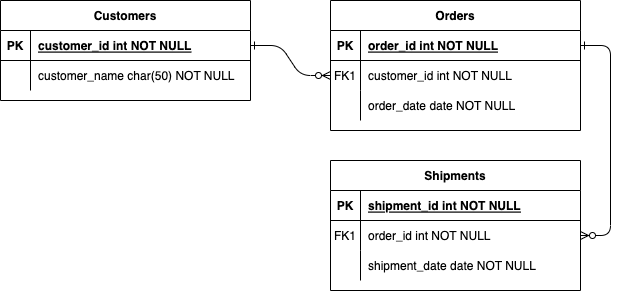
The draw.io diagram kakao_db_train_erd.png in kimtaehyun98/DrawIO, before a commit. Source tidied: cells renumbered, new cells last; positions are measured from the earlier drawing's top-left corner, leaving out a move shared by most shapes.
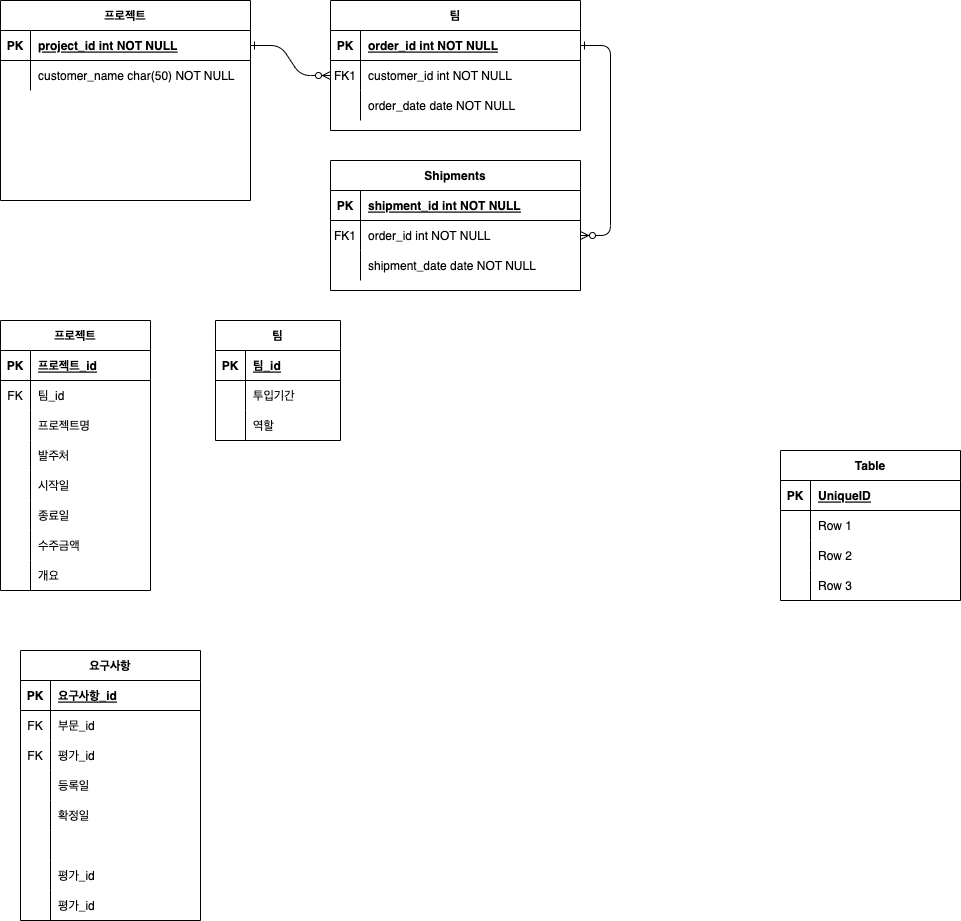
After the commit.

The edit, as a diff of the source:
```diff
@@ -8,7 +8,7 @@
     <mxCell id="3" style="edgeStyle=entityRelationEdgeStyle;endArrow=ERzeroToMany;startArrow=ERone;endFill=1;startFill=0;" parent="1" edge="1" source="5" target="18">
       <mxGeometry relative="1" as="geometry" />
     </mxCell>
-    <mxCell id="4" value="Orders" style="shape=table;startSize=30;rowLines=0;fontStyle=1;align=center;" parent="1" vertex="1">
+    <mxCell id="4" value="팀" style="shape=table;startSize=30;rowLines=0;fontStyle=1;align=center;" parent="1" vertex="1">
       <mxGeometry x="330" width="250" height="130" as="geometry" />
     </mxCell>
     <mxCell id="5" style="shape=partialRectangle;fillColor=none;points=[[0,0.5],[1,0.5]];portConstraint=eastwest;top=0;left=0;right=0;bottom=1;" parent="4" vertex="1">
@@ -68,8 +68,8 @@
     <mxCell id="23" value="shipment_date date NOT NULL" style="shape=partialRectangle;overflow=hidden;fillColor=none;top=0;left=0;bottom=0;right=0;align=left;spacingLeft=6;" parent="21" vertex="1">
       <mxGeometry x="30" width="220" height="30" as="geometry" />
     </mxCell>
-    <mxCell id="24" value="Customers" style="shape=table;startSize=30;rowLines=0;fontStyle=1;align=center;" parent="1" vertex="1">
-      <mxGeometry width="250" height="100" as="geometry" />
+    <mxCell id="24" value="프로젝트" style="shape=table;startSize=30;rowLines=0;fontStyle=1;align=center;" parent="1" vertex="1">
+      <mxGeometry width="250" height="200" as="geometry" />
     </mxCell>
     <mxCell id="25" style="shape=partialRectangle;fillColor=none;points=[[0,0.5],[1,0.5]];portConstraint=eastwest;top=0;left=0;right=0;bottom=1;" parent="24" vertex="1">
       <mxGeometry y="30" width="250" height="30" as="geometry" />
@@ -77,7 +77,7 @@
     <mxCell id="26" value="PK" style="shape=partialRectangle;overflow=hidden;fillColor=none;top=0;left=0;bottom=0;right=0;fontStyle=1;" parent="25" vertex="1">
       <mxGeometry width="30" height="30" as="geometry" />
     </mxCell>
-    <mxCell id="27" value="customer_id int NOT NULL " style="shape=partialRectangle;overflow=hidden;fillColor=none;top=0;left=0;bottom=0;right=0;align=left;spacingLeft=6;fontStyle=5;" parent="25" vertex="1">
+    <mxCell id="27" value="project_id int NOT NULL " style="shape=partialRectangle;overflow=hidden;fillColor=none;top=0;left=0;bottom=0;right=0;align=left;spacingLeft=6;fontStyle=5;" parent="25" vertex="1">
       <mxGeometry x="30" width="220" height="30" as="geometry" />
     </mxCell>
     <mxCell id="28" style="shape=partialRectangle;fillColor=none;top=0;left=0;right=0;bottom=0;" parent="24" vertex="1">
@@ -89,5 +89,224 @@
     <mxCell id="30" value="customer_name char(50) NOT NULL" style="shape=partialRectangle;overflow=hidden;fillColor=none;top=0;left=0;bottom=0;right=0;align=left;spacingLeft=6;" parent="28" vertex="1">
       <mxGeometry x="30" width="220" height="30" as="geometry" />
     </mxCell>
+    <mxCell id="31" value="프로젝트" style="shape=table;startSize=30;rowLines=0;fontStyle=1;align=center;" parent="1" vertex="1">
+      <mxGeometry y="320" width="150" height="270" as="geometry" />
+    </mxCell>
+    <mxCell id="32" style="shape=tableRow;horizontal=0;startSize=0;swimlaneHead=0;swimlaneBody=0;fillColor=none;top=0;left=0;right=0;bottom=1;" parent="31" vertex="1">
+      <mxGeometry y="30" width="150" height="30" as="geometry" />
+    </mxCell>
+    <mxCell id="33" value="PK" style="shape=partialRectangle;fillColor=none;top=0;left=0;bottom=0;right=0;fontStyle=1;overflow=hidden;" parent="32" vertex="1">
+      <mxGeometry width="30" height="30" as="geometry" />
+    </mxCell>
+    <mxCell id="34" value="프로젝트_id" style="shape=partialRectangle;fillColor=none;top=0;left=0;bottom=0;right=0;align=left;spacingLeft=6;fontStyle=5;overflow=hidden;" parent="32" vertex="1">
+      <mxGeometry x="30" width="120" height="30" as="geometry" />
+    </mxCell>
+    <mxCell id="35" style="shape=tableRow;horizontal=0;startSize=0;swimlaneHead=0;swimlaneBody=0;fillColor=none;top=0;left=0;right=0;bottom=0;" parent="31" vertex="1">
+      <mxGeometry y="60" width="150" height="30" as="geometry" />
+    </mxCell>
+    <mxCell id="36" value="FK" style="shape=partialRectangle;fillColor=none;top=0;left=0;bottom=0;right=0;overflow=hidden;" parent="35" vertex="1">
+      <mxGeometry width="30" height="30" as="geometry" />
+    </mxCell>
+    <mxCell id="37" value="팀_id" style="shape=partialRectangle;fillColor=none;top=0;left=0;bottom=0;right=0;align=left;spacingLeft=6;overflow=hidden;" parent="35" vertex="1">
+      <mxGeometry x="30" width="120" height="30" as="geometry" />
+    </mxCell>
+    <mxCell id="38" style="shape=tableRow;horizontal=0;startSize=0;swimlaneHead=0;swimlaneBody=0;fillColor=none;top=0;left=0;right=0;bottom=0;" parent="31" vertex="1">
+      <mxGeometry y="90" width="150" height="30" as="geometry" />
+    </mxCell>
+    <mxCell id="39" style="shape=partialRectangle;fillColor=none;top=0;left=0;bottom=0;right=0;overflow=hidden;" parent="38" vertex="1">
+      <mxGeometry width="30" height="30" as="geometry" />
+    </mxCell>
+    <mxCell id="40" value="프로젝트명" style="shape=partialRectangle;fillColor=none;top=0;left=0;bottom=0;right=0;align=left;spacingLeft=6;overflow=hidden;" parent="38" vertex="1">
+      <mxGeometry x="30" width="120" height="30" as="geometry" />
+    </mxCell>
+    <mxCell id="41" style="shape=tableRow;horizontal=0;startSize=0;swimlaneHead=0;swimlaneBody=0;fillColor=none;top=0;left=0;right=0;bottom=0;" parent="31" vertex="1">
+      <mxGeometry y="120" width="150" height="30" as="geometry" />
+    </mxCell>
+    <mxCell id="42" style="shape=partialRectangle;fillColor=none;top=0;left=0;bottom=0;right=0;overflow=hidden;" parent="41" vertex="1">
+      <mxGeometry width="30" height="30" as="geometry" />
+    </mxCell>
+    <mxCell id="43" value="발주처" style="shape=partialRectangle;fillColor=none;top=0;left=0;bottom=0;right=0;align=left;spacingLeft=6;overflow=hidden;" parent="41" vertex="1">
+      <mxGeometry x="30" width="120" height="30" as="geometry" />
+    </mxCell>
+    <mxCell id="44" style="shape=tableRow;horizontal=0;startSize=0;swimlaneHead=0;swimlaneBody=0;fillColor=none;top=0;left=0;right=0;bottom=0;" parent="31" vertex="1">
+      <mxGeometry y="150" width="150" height="30" as="geometry" />
+    </mxCell>
+    <mxCell id="45" style="shape=partialRectangle;fillColor=none;top=0;left=0;bottom=0;right=0;overflow=hidden;" parent="44" vertex="1">
+      <mxGeometry width="30" height="30" as="geometry" />
+    </mxCell>
+    <mxCell id="46" value="시작일" style="shape=partialRectangle;fillColor=none;top=0;left=0;bottom=0;right=0;align=left;spacingLeft=6;overflow=hidden;" parent="44" vertex="1">
+      <mxGeometry x="30" width="120" height="30" as="geometry" />
+    </mxCell>
+    <mxCell id="47" style="shape=tableRow;horizontal=0;startSize=0;swimlaneHead=0;swimlaneBody=0;fillColor=none;top=0;left=0;right=0;bottom=0;" parent="31" vertex="1">
+      <mxGeometry y="180" width="150" height="30" as="geometry" />
+    </mxCell>
+    <mxCell id="48" style="shape=partialRectangle;fillColor=none;top=0;left=0;bottom=0;right=0;overflow=hidden;" parent="47" vertex="1">
+      <mxGeometry width="30" height="30" as="geometry" />
+    </mxCell>
+    <mxCell id="49" value="종료일" style="shape=partialRectangle;fillColor=none;top=0;left=0;bottom=0;right=0;align=left;spacingLeft=6;overflow=hidden;" parent="47" vertex="1">
+      <mxGeometry x="30" width="120" height="30" as="geometry" />
+    </mxCell>
+    <mxCell id="50" style="shape=tableRow;horizontal=0;startSize=0;swimlaneHead=0;swimlaneBody=0;fillColor=none;top=0;left=0;right=0;bottom=0;" parent="31" vertex="1">
+      <mxGeometry y="210" width="150" height="30" as="geometry" />
+    </mxCell>
+    <mxCell id="51" style="shape=partialRectangle;fillColor=none;top=0;left=0;bottom=0;right=0;overflow=hidden;" parent="50" vertex="1">
+      <mxGeometry width="30" height="30" as="geometry" />
+    </mxCell>
+    <mxCell id="52" value="수주금액" style="shape=partialRectangle;fillColor=none;top=0;left=0;bottom=0;right=0;align=left;spacingLeft=6;overflow=hidden;" parent="50" vertex="1">
+      <mxGeometry x="30" width="120" height="30" as="geometry" />
+    </mxCell>
+    <mxCell id="53" style="shape=tableRow;horizontal=0;startSize=0;swimlaneHead=0;swimlaneBody=0;fillColor=none;top=0;left=0;right=0;bottom=0;" parent="31" vertex="1">
+      <mxGeometry y="240" width="150" height="30" as="geometry" />
+    </mxCell>
+    <mxCell id="54" style="shape=partialRectangle;fillColor=none;top=0;left=0;bottom=0;right=0;overflow=hidden;" parent="53" vertex="1">
+      <mxGeometry width="30" height="30" as="geometry" />
+    </mxCell>
+    <mxCell id="55" value="개요" style="shape=partialRectangle;fillColor=none;top=0;left=0;bottom=0;right=0;align=left;spacingLeft=6;overflow=hidden;" parent="53" vertex="1">
+      <mxGeometry x="30" width="120" height="30" as="geometry" />
+    </mxCell>
+    <mxCell id="56" value="Table" style="shape=table;startSize=30;rowLines=0;fontStyle=1;align=center;" parent="1" vertex="1">
+      <mxGeometry x="780" y="450" width="180" height="150" as="geometry" />
+    </mxCell>
+    <mxCell id="57" style="shape=tableRow;horizontal=0;startSize=0;swimlaneHead=0;swimlaneBody=0;fillColor=none;top=0;left=0;right=0;bottom=1;" parent="56" vertex="1">
+      <mxGeometry y="30" width="180" height="30" as="geometry" />
+    </mxCell>
+    <mxCell id="58" value="PK" style="shape=partialRectangle;fillColor=none;top=0;left=0;bottom=0;right=0;fontStyle=1;overflow=hidden;" parent="57" vertex="1">
+      <mxGeometry width="30" height="30" as="geometry" />
+    </mxCell>
+    <mxCell id="59" value="UniqueID" style="shape=partialRectangle;fillColor=none;top=0;left=0;bottom=0;right=0;align=left;spacingLeft=6;fontStyle=5;overflow=hidden;" parent="57" vertex="1">
+      <mxGeometry x="30" width="150" height="30" as="geometry" />
+    </mxCell>
+    <mxCell id="60" style="shape=tableRow;horizontal=0;startSize=0;swimlaneHead=0;swimlaneBody=0;fillColor=none;top=0;left=0;right=0;bottom=0;" parent="56" vertex="1">
+      <mxGeometry y="60" width="180" height="30" as="geometry" />
+    </mxCell>
+    <mxCell id="61" style="shape=partialRectangle;fillColor=none;top=0;left=0;bottom=0;right=0;overflow=hidden;" parent="60" vertex="1">
+      <mxGeometry width="30" height="30" as="geometry" />
+    </mxCell>
+    <mxCell id="62" value="Row 1" style="shape=partialRectangle;fillColor=none;top=0;left=0;bottom=0;right=0;align=left;spacingLeft=6;overflow=hidden;" parent="60" vertex="1">
+      <mxGeometry x="30" width="150" height="30" as="geometry" />
+    </mxCell>
+    <mxCell id="63" style="shape=tableRow;horizontal=0;startSize=0;swimlaneHead=0;swimlaneBody=0;fillColor=none;top=0;left=0;right=0;bottom=0;" parent="56" vertex="1">
+      <mxGeometry y="90" width="180" height="30" as="geometry" />
+    </mxCell>
+    <mxCell id="64" style="shape=partialRectangle;fillColor=none;top=0;left=0;bottom=0;right=0;overflow=hidden;" parent="63" vertex="1">
+      <mxGeometry width="30" height="30" as="geometry" />
+    </mxCell>
+    <mxCell id="65" value="Row 2" style="shape=partialRectangle;fillColor=none;top=0;left=0;bottom=0;right=0;align=left;spacingLeft=6;overflow=hidden;" parent="63" vertex="1">
+      <mxGeometry x="30" width="150" height="30" as="geometry" />
+    </mxCell>
+    <mxCell id="66" style="shape=tableRow;horizontal=0;startSize=0;swimlaneHead=0;swimlaneBody=0;fillColor=none;top=0;left=0;right=0;bottom=0;" parent="56" vertex="1">
+      <mxGeometry y="120" width="180" height="30" as="geometry" />
+    </mxCell>
+    <mxCell id="67" style="shape=partialRectangle;fillColor=none;top=0;left=0;bottom=0;right=0;overflow=hidden;" parent="66" vertex="1">
+      <mxGeometry width="30" height="30" as="geometry" />
+    </mxCell>
+    <mxCell id="68" value="Row 3" style="shape=partialRectangle;fillColor=none;top=0;left=0;bottom=0;right=0;align=left;spacingLeft=6;overflow=hidden;" parent="66" vertex="1">
+      <mxGeometry x="30" width="150" height="30" as="geometry" />
+    </mxCell>
+    <mxCell id="69" value="팀" style="shape=table;startSize=30;rowLines=0;fontStyle=1;align=center;" parent="1" vertex="1">
+      <mxGeometry x="215" y="320" width="125" height="120" as="geometry" />
+    </mxCell>
+    <mxCell id="70" style="shape=tableRow;horizontal=0;startSize=0;swimlaneHead=0;swimlaneBody=0;fillColor=none;top=0;left=0;right=0;bottom=1;" parent="69" vertex="1">
+      <mxGeometry y="30" width="125" height="30" as="geometry" />
+    </mxCell>
+    <mxCell id="71" value="PK" style="shape=partialRectangle;fillColor=none;top=0;left=0;bottom=0;right=0;fontStyle=1;overflow=hidden;" parent="70" vertex="1">
+      <mxGeometry width="30" height="30" as="geometry" />
+    </mxCell>
+    <mxCell id="72" value="팀_id" style="shape=partialRectangle;fillColor=none;top=0;left=0;bottom=0;right=0;align=left;spacingLeft=6;fontStyle=5;overflow=hidden;" parent="70" vertex="1">
+      <mxGeometry x="30" width="95" height="30" as="geometry" />
+    </mxCell>
+    <mxCell id="73" style="shape=tableRow;horizontal=0;startSize=0;swimlaneHead=0;swimlaneBody=0;fillColor=none;top=0;left=0;right=0;bottom=0;" parent="69" vertex="1">
+      <mxGeometry y="60" width="125" height="30" as="geometry" />
+    </mxCell>
+    <mxCell id="74" style="shape=partialRectangle;fillColor=none;top=0;left=0;bottom=0;right=0;overflow=hidden;" parent="73" vertex="1">
+      <mxGeometry width="30" height="30" as="geometry" />
+    </mxCell>
+    <mxCell id="75" value="투입기간" style="shape=partialRectangle;fillColor=none;top=0;left=0;bottom=0;right=0;align=left;spacingLeft=6;overflow=hidden;" parent="73" vertex="1">
+      <mxGeometry x="30" width="95" height="30" as="geometry" />
+    </mxCell>
+    <mxCell id="76" style="shape=tableRow;horizontal=0;startSize=0;swimlaneHead=0;swimlaneBody=0;fillColor=none;top=0;left=0;right=0;bottom=0;" parent="69" vertex="1">
+      <mxGeometry y="90" width="125" height="30" as="geometry" />
+    </mxCell>
+    <mxCell id="77" style="shape=partialRectangle;fillColor=none;top=0;left=0;bottom=0;right=0;overflow=hidden;" parent="76" vertex="1">
+      <mxGeometry width="30" height="30" as="geometry" />
+    </mxCell>
+    <mxCell id="78" value="역할" style="shape=partialRectangle;fillColor=none;top=0;left=0;bottom=0;right=0;align=left;spacingLeft=6;overflow=hidden;" parent="76" vertex="1">
+      <mxGeometry x="30" width="95" height="30" as="geometry" />
+    </mxCell>
+    <mxCell id="79" value="요구사항" style="shape=table;startSize=30;rowLines=0;fontStyle=1;align=center;" parent="1" vertex="1">
+      <mxGeometry x="20" y="650" width="180" height="270" as="geometry" />
+    </mxCell>
+    <mxCell id="80" style="shape=tableRow;horizontal=0;startSize=0;swimlaneHead=0;swimlaneBody=0;fillColor=none;top=0;left=0;right=0;bottom=1;" parent="79" vertex="1">
+      <mxGeometry y="30" width="180" height="30" as="geometry" />
+    </mxCell>
+    <mxCell id="81" value="PK" style="shape=partialRectangle;fillColor=none;top=0;left=0;bottom=0;right=0;fontStyle=1;overflow=hidden;" parent="80" vertex="1">
+      <mxGeometry width="30" height="30" as="geometry" />
+    </mxCell>
+    <mxCell id="82" value="요구사항_id" style="shape=partialRectangle;fillColor=none;top=0;left=0;bottom=0;right=0;align=left;spacingLeft=6;fontStyle=5;overflow=hidden;" parent="80" vertex="1">
+      <mxGeometry x="30" width="150" height="30" as="geometry" />
+    </mxCell>
+    <mxCell id="83" style="shape=tableRow;horizontal=0;startSize=0;swimlaneHead=0;swimlaneBody=0;fillColor=none;top=0;left=0;right=0;bottom=0;" parent="79" vertex="1">
+      <mxGeometry y="60" width="180" height="30" as="geometry" />
+    </mxCell>
+    <mxCell id="84" value="FK" style="shape=partialRectangle;fillColor=none;top=0;left=0;bottom=0;right=0;overflow=hidden;" parent="83" vertex="1">
+      <mxGeometry width="30" height="30" as="geometry" />
+    </mxCell>
+    <mxCell id="85" value="부문_id" style="shape=partialRectangle;fillColor=none;top=0;left=0;bottom=0;right=0;align=left;spacingLeft=6;overflow=hidden;" parent="83" vertex="1">
+      <mxGeometry x="30" width="150" height="30" as="geometry" />
+    </mxCell>
+    <mxCell id="86" style="shape=tableRow;horizontal=0;startSize=0;swimlaneHead=0;swimlaneBody=0;fillColor=none;top=0;left=0;right=0;bottom=0;" parent="79" vertex="1">
+      <mxGeometry y="90" width="180" height="30" as="geometry" />
+    </mxCell>
+    <mxCell id="87" value="FK" style="shape=partialRectangle;fillColor=none;top=0;left=0;bottom=0;right=0;overflow=hidden;" parent="86" vertex="1">
+      <mxGeometry width="30" height="30" as="geometry" />
+    </mxCell>
+    <mxCell id="88" value="평가_id" style="shape=partialRectangle;fillColor=none;top=0;left=0;bottom=0;right=0;align=left;spacingLeft=6;overflow=hidden;" parent="86" vertex="1">
+      <mxGeometry x="30" width="150" height="30" as="geometry" />
+    </mxCell>
+    <mxCell id="89" style="shape=tableRow;horizontal=0;startSize=0;swimlaneHead=0;swimlaneBody=0;fillColor=none;top=0;left=0;right=0;bottom=0;" parent="79" vertex="1">
+      <mxGeometry y="120" width="180" height="30" as="geometry" />
+    </mxCell>
+    <mxCell id="90" style="shape=partialRectangle;fillColor=none;top=0;left=0;bottom=0;right=0;overflow=hidden;" parent="89" vertex="1">
+      <mxGeometry width="30" height="30" as="geometry" />
+    </mxCell>
+    <mxCell id="91" value="등록일" style="shape=partialRectangle;fillColor=none;top=0;left=0;bottom=0;right=0;align=left;spacingLeft=6;overflow=hidden;" parent="89" vertex="1">
+      <mxGeometry x="30" width="150" height="30" as="geometry" />
+    </mxCell>
+    <mxCell id="92" style="shape=tableRow;horizontal=0;startSize=0;swimlaneHead=0;swimlaneBody=0;fillColor=none;top=0;left=0;right=0;bottom=0;" parent="79" vertex="1">
+      <mxGeometry y="150" width="180" height="30" as="geometry" />
+    </mxCell>
+    <mxCell id="93" style="shape=partialRectangle;fillColor=none;top=0;left=0;bottom=0;right=0;overflow=hidden;" parent="92" vertex="1">
+      <mxGeometry width="30" height="30" as="geometry" />
+    </mxCell>
+    <mxCell id="94" value="확정일" style="shape=partialRectangle;fillColor=none;top=0;left=0;bottom=0;right=0;align=left;spacingLeft=6;overflow=hidden;" parent="92" vertex="1">
+      <mxGeometry x="30" width="150" height="30" as="geometry" />
+    </mxCell>
+    <mxCell id="95" style="shape=tableRow;horizontal=0;startSize=0;swimlaneHead=0;swimlaneBody=0;fillColor=none;top=0;left=0;right=0;bottom=0;" parent="79" vertex="1">
+      <mxGeometry y="180" width="180" height="30" as="geometry" />
+    </mxCell>
+    <mxCell id="96" style="shape=partialRectangle;fillColor=none;top=0;left=0;bottom=0;right=0;overflow=hidden;" parent="95" vertex="1">
+      <mxGeometry width="30" height="30" as="geometry" />
+    </mxCell>
+    <mxCell id="97" style="shape=partialRectangle;fillColor=none;top=0;left=0;bottom=0;right=0;align=left;spacingLeft=6;overflow=hidden;" parent="95" vertex="1">
+      <mxGeometry x="30" width="150" height="30" as="geometry" />
+    </mxCell>
+    <mxCell id="98" style="shape=tableRow;horizontal=0;startSize=0;swimlaneHead=0;swimlaneBody=0;fillColor=none;top=0;left=0;right=0;bottom=0;" parent="79" vertex="1">
+      <mxGeometry y="210" width="180" height="30" as="geometry" />
+    </mxCell>
+    <mxCell id="99" style="shape=partialRectangle;fillColor=none;top=0;left=0;bottom=0;right=0;overflow=hidden;" parent="98" vertex="1">
+      <mxGeometry width="30" height="30" as="geometry" />
+    </mxCell>
+    <mxCell id="100" value="평가_id" style="shape=partialRectangle;fillColor=none;top=0;left=0;bottom=0;right=0;align=left;spacingLeft=6;overflow=hidden;" parent="98" vertex="1">
+      <mxGeometry x="30" width="150" height="30" as="geometry" />
+    </mxCell>
+    <mxCell id="101" style="shape=tableRow;horizontal=0;startSize=0;swimlaneHead=0;swimlaneBody=0;fillColor=none;top=0;left=0;right=0;bottom=0;" parent="79" vertex="1">
+      <mxGeometry y="240" width="180" height="30" as="geometry" />
+    </mxCell>
+    <mxCell id="102" style="shape=partialRectangle;fillColor=none;top=0;left=0;bottom=0;right=0;overflow=hidden;" parent="101" vertex="1">
+      <mxGeometry width="30" height="30" as="geometry" />
+    </mxCell>
+    <mxCell id="103" value="평가_id" style="shape=partialRectangle;fillColor=none;top=0;left=0;bottom=0;right=0;align=left;spacingLeft=6;overflow=hidden;" parent="101" vertex="1">
+      <mxGeometry x="30" width="150" height="30" as="geometry" />
+    </mxCell>
   </root>
 </mxGraphModel>
```
